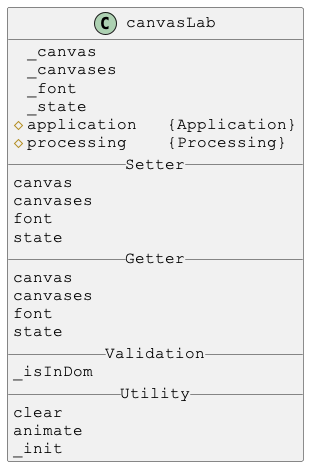
Justin-Byrne/canvasLab keeps this PlantUML diagram as docs/PlantUml/images/canvasLab.png. Above is the earlier version. Its diagram source:
```plantuml
@startuml

skinparam DefaultFontSize 16
skinparam DefaultFontName Courier New

class canvasLab {
_canvas
_canvases
_font
_state
#application   {Application}
#processing    {Processing}
__ Setter __
canvas
canvases
font
state
__ Getter __
canvas
canvases
font
state
__ Validation __
_isInDom
__ Utility __
clear
animate
_init
}

@enduml
```
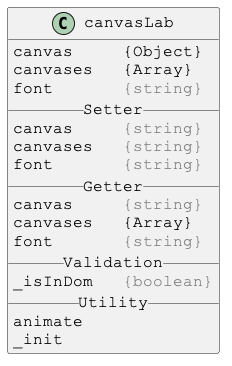
The same file after the commit.

Diff of the diagram source:
```diff
@@ -4,26 +4,20 @@
 skinparam DefaultFontName Courier New
 
 class canvasLab {
-_canvas
-_canvases
-_font
-_state
-#application   {Application}
-#processing    {Processing}
+canvas     {Object}
+canvases   {Array}
+font       <color:gray>{string}</color>
 __ Setter __
-canvas
-canvases
-font
-state
+canvas     <color:gray>{string}</color>
+canvases   <color:gray>{string}</color>
+font       <color:gray>{string}</color>
 __ Getter __
-canvas
-canvases
-font
-state
+canvas     <color:gray>{string}</color>
+canvases   {Array}
+font       <color:gray>{string}</color>
 __ Validation __
-_isInDom
+_isInDom   <color:gray>{boolean}</color>
 __ Utility __
-clear
 animate
 _init
 }
```
